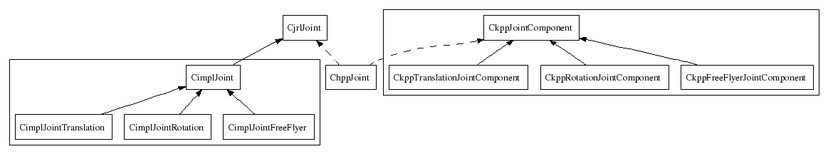
This is doc/figures/classDiagramJoint.png from pFernbach/hpp-model, a Graphviz export, as it was before one commit. Its source is kept beside it as doc/figures/classDiagramJoint.dot.
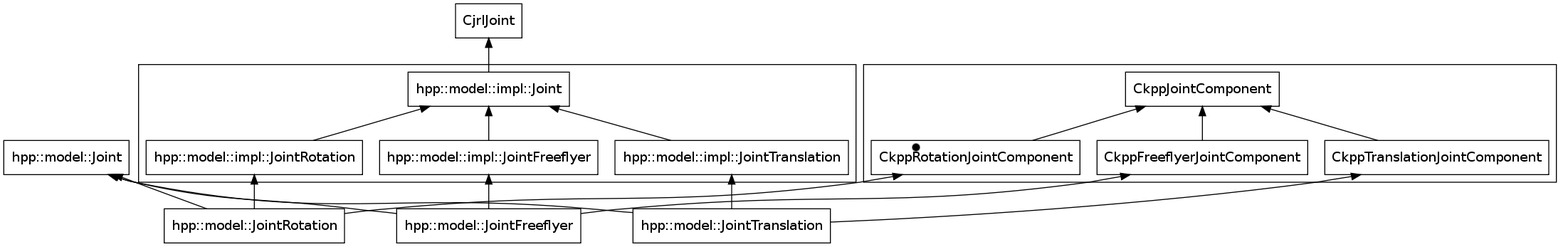
The same diagram one commit later.

Diff of the diagram source:
```diff
@@ -1,31 +1,44 @@
 digraph CD  {
-	size = "12,15"
+	size = "24,30"
 	rankdir = BT
 	compound=true
 
-	ChppJoint [shape = box]
+	"hpp::model::Joint" [shape = box]
+	"hpp::model::JointFreeflyer" [shape = box]
+	"hpp::model::JointTranslation" [shape = box]
+	"hpp::model::JointRotation" [shape = box]
 
 	CjrlJoint [shape = box]
 	subgraph cluster0 {
-		CimplJoint [shape = box]
-		CimplJointFreeFlyer [shape = box]
-		CimplJointRotation [shape = box]
-		CimplJointTranslation [shape = box]
+		"hpp::model::impl::Joint" [shape = box]
+		"hpp::model::impl::JointFreeflyer" [shape = box]
+		"hpp::model::impl::JointRotation" [shape = box]
+		"hpp::model::impl::JointTranslation" [shape = box]
 	}
 	subgraph cluster1 {
-		CkppFreeFlyerJointComponent [shape = box]
-		CkppRotationJointComponent [shape = box]
-		CkppTranslationJointComponent [shape = box]
-		CkppJointComponent [shape = box]
+		"CkppFreeflyerJointComponent" [shape = box]
+		"CkppRotationJointComponent" [shape = box]
+		"CkppTranslationJointComponent" [shape = box]
+		"CkppJointComponent" [shape = box]
 	}
 
-	ChppJoint -> CjrlJoint [style=dashed]
-	CimplJoint -> CjrlJoint
-	ChppJoint -> CkppJointComponent [style = dashed]
-	CimplJointFreeFlyer -> CimplJoint
-	CimplJointRotation -> CimplJoint
-	CimplJointTranslation -> CimplJoint
-	CkppFreeFlyerJointComponent -> CkppJointComponent
-	CkppRotationJointComponent -> CkppJointComponent
-	CkppTranslationJointComponent -> CkppJointComponent
+	"hpp::model::impl::Joint" -> CjrlJoint
+	"hpp::model::impl::JointFreeflyer" -> "hpp::model::impl::Joint"
+	"hpp::model::impl::JointRotation" -> "hpp::model::impl::Joint"
+	"hpp::model::impl::JointTranslation" -> "hpp::model::impl::Joint"
+	"CkppFreeflyerJointComponent" -> "CkppJointComponent"
+	"CkppRotationJointComponent" -> "CkppJointComponent"
+	"CkppTranslationJointComponent" -> "CkppJointComponent"
+
+	"hpp::model::JointFreeflyer" -> "hpp::model::Joint"
+	"hpp::model::JointRotation" -> "hpp::model::Joint"
+	"hpp::model::JointTranslation" -> "hpp::model::Joint"
+
+	"hpp::model::JointFreeflyer" -> "hpp::model::impl::JointFreeflyer"
+	"hpp::model::JointRotation" -> "hpp::model::impl::JointRotation"
+	"hpp::model::JointTranslation" -> "hpp::model::impl::JointTranslation"
+
+	"hpp::model::JointFreeflyer" -> "CkppFreeflyerJointComponent"
+	"hpp::model::JointRotation" -> "CkppRotationJointComponent"
+	"hpp::model::JointTranslation" -> "CkppTranslationJointComponent"
 }
```
